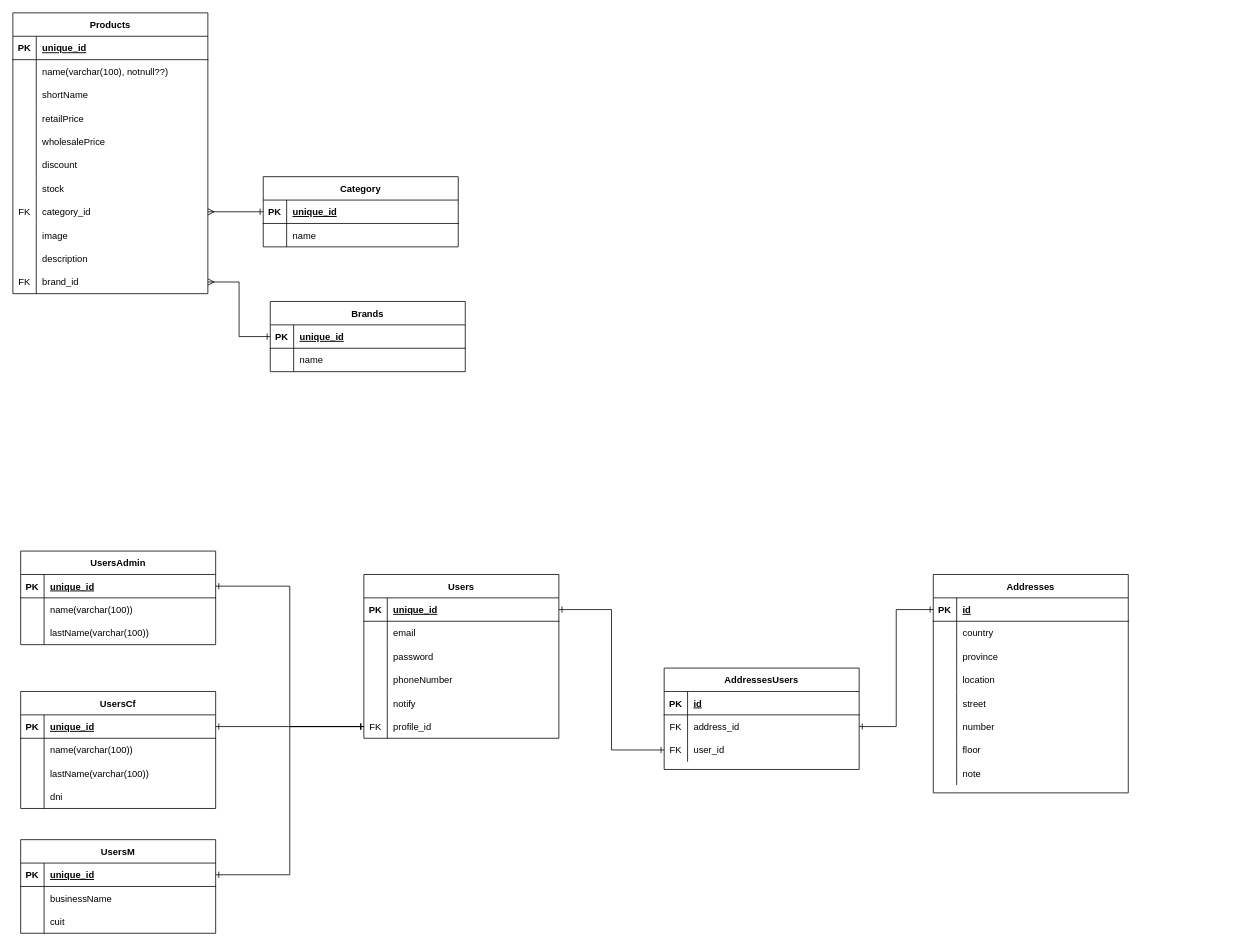
This is src/database/DER.drawio from 0623CIFSNCN05LAED/grupo-14, a draw.io file, before an edit. Source tidied: cells renumbered, new cells numbered last; positions are measured from the earlier drawing's top-left corner, leaving out a move shared by most shapes. Both pictures are drawn from the tidied source at 78%, with x=0, y=0 at pixel (12, 12).
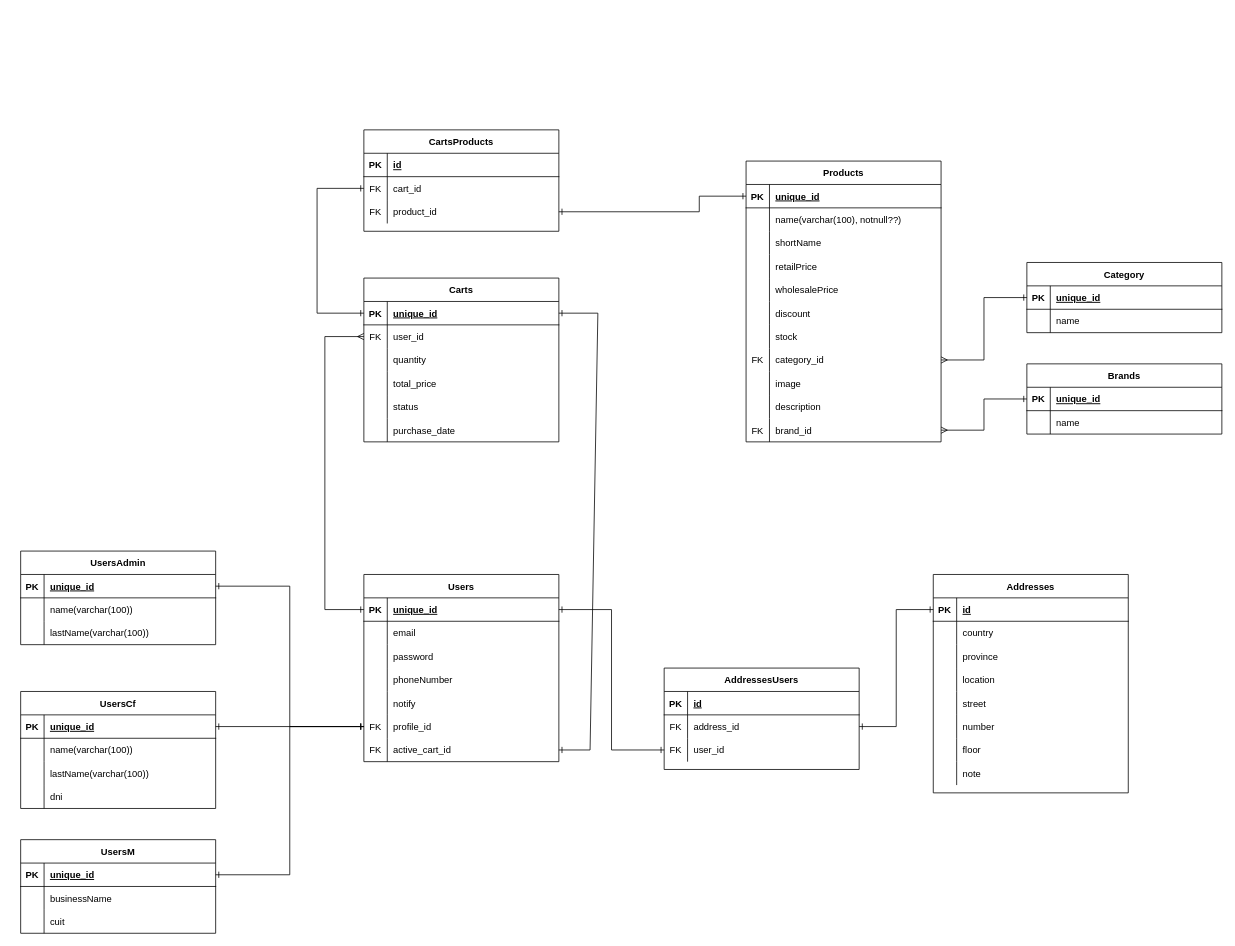
The same diagram, later.

Commit message (it also covers changes not shown here):
crea drawio, script y modelos para tabla Carts y CartsProducts; edita drawio, script y modelo(relaciones) Users; edita modelo (las relaciones) tabla Products

Unchanged cells that the change refers to:
```xml
<mxCell id="3" style="shape=partialRectangle;fillColor=none;points=[[0,0.5],[1,0.5]];portConstraint=eastwest;top=0;left=0;right=0;bottom=1;" parent="2" vertex="1">
  <mxGeometry y="30" width="250" height="30" as="geometry" />
</mxCell>
<mxCell id="52" style="shape=partialRectangle;fillColor=none;points=[[0,0.5],[1,0.5]];portConstraint=eastwest;top=0;left=0;right=0;bottom=1;" parent="51" vertex="1">
  <mxGeometry y="30" width="250" height="30" as="geometry" />
</mxCell>
```

The edit, as a diff of the source:
```diff
@@
     <mxCell id="2" value="Products" style="shape=table;startSize=30;childLayout=tableLayout;rowLines=0;fontStyle=1;align=center;" parent="1" vertex="1">
-      <mxGeometry width="250" height="360" as="geometry" />
+      <mxGeometry x="940" y="190" width="250" height="360" as="geometry" />
     </mxCell>
@@
     <mxCell id="36" value="Brands" style="shape=table;startSize=30;childLayout=tableLayout;rowLines=0;fontStyle=1;align=center;" parent="1" vertex="1">
-      <mxGeometry x="330" y="370" width="250" height="90" as="geometry" />
+      <mxGeometry x="1300" y="450" width="250" height="90" as="geometry" />
     </mxCell>
@@
     <mxCell id="43" value="Category" style="shape=table;startSize=30;childLayout=tableLayout;rowLines=0;fontStyle=1;align=center;" parent="1" vertex="1">
-      <mxGeometry x="321" y="210" width="250" height="90" as="geometry" />
+      <mxGeometry x="1300" y="320" width="250" height="90" as="geometry" />
     </mxCell>
@@
     <mxCell id="51" value="Users" style="shape=table;startSize=30;childLayout=tableLayout;rowLines=0;fontStyle=1;align=center;" parent="1" vertex="1">
-      <mxGeometry x="450" y="720" width="250" height="210" as="geometry" />
+      <mxGeometry x="450" y="720" width="250" height="240" as="geometry" />
     </mxCell>
@@
+    <mxCell id="144" style="shape=partialRectangle;fillColor=none;points=[[0,0.5],[1,0.5]];portConstraint=eastwest;top=0;left=0;right=0;bottom=0;" parent="51" vertex="1">
+      <mxGeometry y="210" width="250" height="30" as="geometry" />
+    </mxCell>
+    <mxCell id="145" value="FK" style="shape=partialRectangle;overflow=hidden;fillColor=none;top=0;left=0;bottom=0;right=0;" parent="144" vertex="1">
+      <mxGeometry width="30" height="30" as="geometry" />
+    </mxCell>
+    <mxCell id="146" value="active_cart_id" style="shape=partialRectangle;overflow=hidden;fillColor=none;top=0;left=0;bottom=0;right=0;align=left;spacingLeft=6;" parent="144" vertex="1">
+      <mxGeometry x="30" width="220" height="30" as="geometry" />
+    </mxCell>
@@
+    <mxCell id="147" value="Carts" style="shape=table;startSize=30;childLayout=tableLayout;rowLines=0;fontStyle=1;align=center;" parent="1" vertex="1">
+      <mxGeometry x="450" y="340" width="250" height="210" as="geometry" />
+    </mxCell>
+    <mxCell id="148" style="shape=partialRectangle;fillColor=none;points=[[0,0.5],[1,0.5]];portConstraint=eastwest;top=0;left=0;right=0;bottom=1;" parent="147" vertex="1">
+      <mxGeometry y="30" width="250" height="30" as="geometry" />
+    </mxCell>
+    <mxCell id="149" value="PK" style="shape=partialRectangle;overflow=hidden;fillColor=none;top=0;left=0;bottom=0;right=0;fontStyle=1;" parent="148" vertex="1">
+      <mxGeometry width="30" height="30" as="geometry" />
+    </mxCell>
+    <mxCell id="150" value="unique_id" style="shape=partialRectangle;overflow=hidden;fillColor=none;top=0;left=0;bottom=0;right=0;align=left;spacingLeft=6;fontStyle=5;" parent="148" vertex="1">
+      <mxGeometry x="30" width="220" height="30" as="geometry" />
+    </mxCell>
+    <mxCell id="151" style="shape=partialRectangle;fillColor=none;points=[[0,0.5],[1,0.5]];portConstraint=eastwest;top=0;left=0;right=0;bottom=0;" parent="147" vertex="1">
+      <mxGeometry y="60" width="250" height="30" as="geometry" />
+    </mxCell>
+    <mxCell id="152" value="FK" style="shape=partialRectangle;overflow=hidden;fillColor=none;top=0;left=0;bottom=0;right=0;" parent="151" vertex="1">
+      <mxGeometry width="30" height="30" as="geometry" />
+    </mxCell>
+    <mxCell id="153" value="user_id" style="shape=partialRectangle;overflow=hidden;fillColor=none;top=0;left=0;bottom=0;right=0;align=left;spacingLeft=6;" parent="151" vertex="1">
+      <mxGeometry x="30" width="220" height="30" as="geometry" />
+    </mxCell>
+    <mxCell id="154" style="shape=partialRectangle;fillColor=none;top=0;left=0;right=0;bottom=0;" parent="147" vertex="1">
+      <mxGeometry y="90" width="250" height="30" as="geometry" />
+    </mxCell>
+    <mxCell id="155" style="shape=partialRectangle;overflow=hidden;fillColor=none;top=0;left=0;bottom=0;right=0;" parent="154" vertex="1">
+      <mxGeometry width="30" height="30" as="geometry" />
+    </mxCell>
+    <mxCell id="156" value="quantity" style="shape=partialRectangle;overflow=hidden;fillColor=none;top=0;left=0;bottom=0;right=0;align=left;spacingLeft=6;" parent="154" vertex="1">
+      <mxGeometry x="30" width="220" height="30" as="geometry" />
+    </mxCell>
+    <mxCell id="157" style="shape=partialRectangle;fillColor=none;top=0;left=0;right=0;bottom=0;" parent="147" vertex="1">
+      <mxGeometry y="120" width="250" height="30" as="geometry" />
+    </mxCell>
+    <mxCell id="158" style="shape=partialRectangle;overflow=hidden;fillColor=none;top=0;left=0;bottom=0;right=0;" parent="157" vertex="1">
+      <mxGeometry width="30" height="30" as="geometry" />
+    </mxCell>
+    <mxCell id="159" value="total_price" style="shape=partialRectangle;overflow=hidden;fillColor=none;top=0;left=0;bottom=0;right=0;align=left;spacingLeft=6;" parent="157" vertex="1">
+      <mxGeometry x="30" width="220" height="30" as="geometry" />
+    </mxCell>
+    <mxCell id="160" style="shape=partialRectangle;fillColor=none;top=0;left=0;right=0;bottom=0;" parent="147" vertex="1">
+      <mxGeometry y="150" width="250" height="30" as="geometry" />
+    </mxCell>
+    <mxCell id="161" style="shape=partialRectangle;overflow=hidden;fillColor=none;top=0;left=0;bottom=0;right=0;" parent="160" vertex="1">
+      <mxGeometry width="30" height="30" as="geometry" />
+    </mxCell>
+    <mxCell id="162" value="status" style="shape=partialRectangle;overflow=hidden;fillColor=none;top=0;left=0;bottom=0;right=0;align=left;spacingLeft=6;" parent="160" vertex="1">
+      <mxGeometry x="30" width="220" height="30" as="geometry" />
+    </mxCell>
+    <mxCell id="163" style="shape=partialRectangle;fillColor=none;top=0;left=0;right=0;bottom=0;" parent="147" vertex="1">
+      <mxGeometry y="180" width="250" height="30" as="geometry" />
+    </mxCell>
+    <mxCell id="164" style="shape=partialRectangle;overflow=hidden;fillColor=none;top=0;left=0;bottom=0;right=0;" parent="163" vertex="1">
+      <mxGeometry width="30" height="30" as="geometry" />
+    </mxCell>
+    <mxCell id="165" value="purchase_date" style="shape=partialRectangle;overflow=hidden;fillColor=none;top=0;left=0;bottom=0;right=0;align=left;spacingLeft=6;" parent="163" vertex="1">
+      <mxGeometry x="30" width="220" height="30" as="geometry" />
+    </mxCell>
+    <mxCell id="166" value="CartsProducts" style="shape=table;startSize=30;childLayout=tableLayout;rowLines=0;fontStyle=1;align=center;" parent="1" vertex="1">
+      <mxGeometry x="450" y="150" width="250" height="130" as="geometry" />
+    </mxCell>
+    <mxCell id="167" style="shape=partialRectangle;fillColor=none;top=0;left=0;right=0;bottom=1;" parent="166" vertex="1">
+      <mxGeometry y="30" width="250" height="30" as="geometry" />
+    </mxCell>
+    <mxCell id="168" value="PK" style="shape=partialRectangle;overflow=hidden;fillColor=none;top=0;left=0;bottom=0;right=0;fontStyle=1;" parent="167" vertex="1">
+      <mxGeometry width="30" height="30" as="geometry" />
+    </mxCell>
+    <mxCell id="169" value="id" style="shape=partialRectangle;overflow=hidden;fillColor=none;top=0;left=0;bottom=0;right=0;align=left;spacingLeft=6;fontStyle=5;" parent="167" vertex="1">
+      <mxGeometry x="30" width="220" height="30" as="geometry" />
+    </mxCell>
+    <mxCell id="170" style="shape=partialRectangle;fillColor=none;points=[[0,0.5],[1,0.5]];portConstraint=eastwest;top=0;left=0;right=0;bottom=0;" parent="166" vertex="1">
+      <mxGeometry y="60" width="250" height="30" as="geometry" />
+    </mxCell>
+    <mxCell id="171" value="FK" style="shape=partialRectangle;overflow=hidden;fillColor=none;top=0;left=0;bottom=0;right=0;" parent="170" vertex="1">
+      <mxGeometry width="30" height="30" as="geometry" />
+    </mxCell>
+    <mxCell id="172" value="cart_id" style="shape=partialRectangle;overflow=hidden;fillColor=none;top=0;left=0;bottom=0;right=0;align=left;spacingLeft=6;" parent="170" vertex="1">
+      <mxGeometry x="30" width="220" height="30" as="geometry" />
+    </mxCell>
+    <mxCell id="173" style="shape=partialRectangle;fillColor=none;points=[[0,0.5],[1,0.5]];portConstraint=eastwest;top=0;left=0;right=0;bottom=0;" parent="166" vertex="1">
+      <mxGeometry y="90" width="250" height="30" as="geometry" />
+    </mxCell>
+    <mxCell id="174" value="FK" style="shape=partialRectangle;overflow=hidden;fillColor=none;top=0;left=0;bottom=0;right=0;" parent="173" vertex="1">
+      <mxGeometry width="30" height="30" as="geometry" />
+    </mxCell>
+    <mxCell id="175" value="product_id" style="shape=partialRectangle;overflow=hidden;fillColor=none;top=0;left=0;bottom=0;right=0;align=left;spacingLeft=6;" parent="173" vertex="1">
+      <mxGeometry x="30" width="220" height="30" as="geometry" />
+    </mxCell>
+    <mxCell id="176" style="edgeStyle=none;rounded=0;html=1;exitX=0;exitY=0.5;exitDx=0;exitDy=0;startArrow=ERone;startFill=0;endArrow=ERmany;endFill=0;entryX=0;entryY=0.5;entryDx=0;entryDy=0;" parent="1" edge="1" source="52" target="151">
+      <mxGeometry relative="1" as="geometry">
+        <Array as="points">
+          <mxPoint x="400" y="765" />
+          <mxPoint x="400" y="415" />
+        </Array>
+      </mxGeometry>
+    </mxCell>
+    <mxCell id="177" style="edgeStyle=none;rounded=0;html=1;exitX=0;exitY=0.5;exitDx=0;exitDy=0;startArrow=ERone;startFill=0;endArrow=ERone;endFill=0;entryX=0;entryY=0.5;entryDx=0;entryDy=0;" parent="1" edge="1" source="148" target="170">
+      <mxGeometry relative="1" as="geometry">
+        <Array as="points">
+          <mxPoint x="390" y="385" />
+          <mxPoint x="390" y="225" />
+        </Array>
+      </mxGeometry>
+    </mxCell>
+    <mxCell id="178" style="edgeStyle=none;rounded=0;html=1;exitX=1;exitY=0.5;exitDx=0;exitDy=0;entryX=0;entryY=0.5;entryDx=0;entryDy=0;startArrow=ERone;startFill=0;endArrow=ERone;endFill=0;" parent="1" edge="1" source="173" target="3">
+      <mxGeometry relative="1" as="geometry">
+        <Array as="points">
+          <mxPoint x="880" y="255" />
+          <mxPoint x="880" y="235" />
+        </Array>
+      </mxGeometry>
+    </mxCell>
+    <mxCell id="179" style="edgeStyle=none;rounded=0;html=1;exitX=1;exitY=0.5;exitDx=0;exitDy=0;startArrow=ERone;startFill=0;endArrow=ERone;endFill=0;entryX=1;entryY=0.5;entryDx=0;entryDy=0;" parent="1" edge="1" source="144" target="148">
+      <mxGeometry relative="1" as="geometry">
+        <Array as="points">
+          <mxPoint x="740" y="945" />
+          <mxPoint x="750" y="385" />
+        </Array>
+      </mxGeometry>
+    </mxCell>
```
